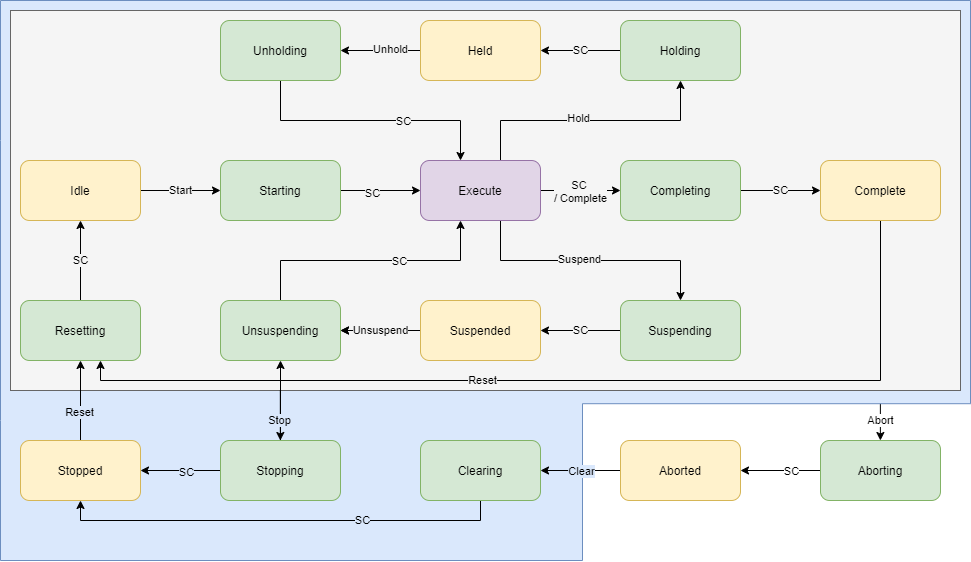
This is docs/PackML-StateModel.png from libremfg/PackML-MQTT-Simulator, a draw.io export, as it was before one commit. Source tidied: cells renumbered, new cells last; positions are measured from the earlier drawing's top-left corner, leaving out a move shared by most shapes.
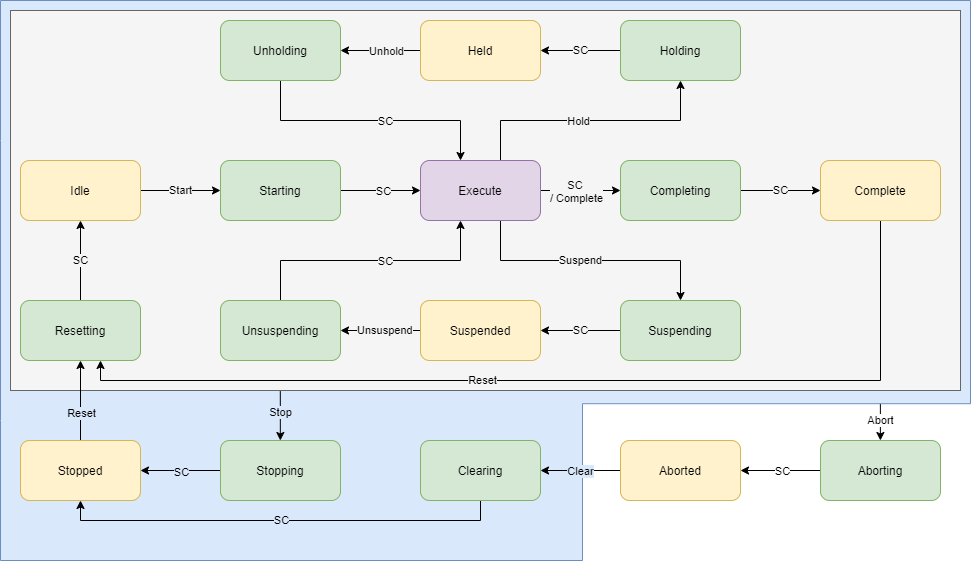
After the change.

Commit message:
Fix image of state model

Diff of the diagram source:
```diff
@@ -24,7 +24,9 @@
       <mxGeometry relative="1" as="geometry" />
     </mxCell>
     <mxCell id="8" value="SC" style="edgeLabel;html=1;align=center;verticalAlign=middle;" parent="7" vertex="1">
-      <mxGeometry x="-0.28" relative="1" as="geometry" />
+      <mxGeometry x="-0.28" relative="1" as="geometry">
+        <mxPoint x="-10" as="offset" />
+      </mxGeometry>
     </mxCell>
     <mxCell id="9" value="Aborting" style="rounded=1;whiteSpace=wrap;html=1;fillColor=#d5e8d4;strokeColor=#82b366;" parent="1" vertex="1">
       <mxGeometry x="820" y="440" width="120" height="60" as="geometry" />
@@ -49,7 +51,9 @@
       </mxGeometry>
     </mxCell>
     <mxCell id="14" value="SC" style="edgeLabel;html=1;align=center;verticalAlign=middle;labelBackgroundColor=#DAE8FC;" parent="13" vertex="1">
-      <mxGeometry x="-0.37" y="-1" relative="1" as="geometry" />
+      <mxGeometry x="-0.37" y="-1" relative="1" as="geometry">
+        <mxPoint x="-80.8" as="offset" />
+      </mxGeometry>
     </mxCell>
     <mxCell id="15" value="Clearing" style="rounded=1;whiteSpace=wrap;html=1;fillColor=#d5e8d4;strokeColor=#82b366;" parent="1" vertex="1">
       <mxGeometry x="420" y="440" width="120" height="60" as="geometry" />
@@ -58,11 +62,10 @@
       <mxGeometry relative="1" as="geometry" />
     </mxCell>
     <mxCell id="17" value="SC" style="edgeLabel;html=1;align=center;verticalAlign=middle;labelBackgroundColor=#DAE8FC;" parent="16" vertex="1">
-      <mxGeometry x="-0.14" y="1" relative="1" as="geometry" />
+      <mxGeometry x="-0.14" y="1" relative="1" as="geometry">
+        <mxPoint x="-6" as="offset" />
+      </mxGeometry>
     </mxCell>
-    <mxCell id="18" style="edgeStyle=orthogonalEdgeStyle;rounded=0;jettySize=auto;html=1;labelBackgroundColor=#DAE8FC;" parent="1" edge="1" source="19" target="50">
-      <mxGeometry relative="1" as="geometry" />
-    </mxCell>
     <mxCell id="19" value="Stopping" style="rounded=1;whiteSpace=wrap;html=1;fillColor=#d5e8d4;strokeColor=#82b366;" parent="1" vertex="1">
       <mxGeometry x="220" y="440" width="120" height="60" as="geometry" />
     </mxCell>
@@ -70,7 +73,9 @@
       <mxGeometry relative="1" as="geometry" />
     </mxCell>
     <mxCell id="21" value="Reset" style="edgeLabel;html=1;align=center;verticalAlign=middle;labelBackgroundColor=#DAE8FC;" parent="20" vertex="1">
-      <mxGeometry x="-0.31" y="2" relative="1" as="geometry" />
+      <mxGeometry x="-0.31" y="2" relative="1" as="geometry">
+        <mxPoint x="2" y="0.6" as="offset" />
+      </mxGeometry>
     </mxCell>
     <mxCell id="22" value="Stopped" style="rounded=1;whiteSpace=wrap;html=1;fillColor=#fff2cc;strokeColor=#d6b656;" parent="1" vertex="1">
       <mxGeometry x="20" y="440" width="120" height="60" as="geometry" />
@@ -85,7 +90,9 @@
       <mxGeometry relative="1" as="geometry" />
     </mxCell>
     <mxCell id="26" value="SC" style="edgeLabel;html=1;align=center;verticalAlign=middle;labelBackgroundColor=#F5F5F5;" parent="25" vertex="1">
-      <mxGeometry x="-0.2" y="-2" relative="1" as="geometry" />
+      <mxGeometry x="-0.2" y="-2" relative="1" as="geometry">
+        <mxPoint x="10" y="-2" as="offset" />
+      </mxGeometry>
     </mxCell>
     <mxCell id="27" value="Starting" style="rounded=1;whiteSpace=wrap;html=1;fillColor=#d5e8d4;strokeColor=#82b366;" parent="1" vertex="1">
       <mxGeometry x="220" y="160" width="120" height="60" as="geometry" />
@@ -95,7 +102,7 @@
     </mxCell>
     <mxCell id="29" value="SC &lt;br&gt;/ Complete" style="edgeLabel;html=1;align=center;verticalAlign=middle;labelBackgroundColor=#F5F5F5;" parent="28" vertex="1">
       <mxGeometry x="-0.29" relative="1" as="geometry">
-        <mxPoint x="11.4" as="offset" />
+        <mxPoint x="7.4" as="offset" />
       </mxGeometry>
     </mxCell>
     <mxCell id="30" style="edgeStyle=orthogonalEdgeStyle;rounded=0;jettySize=auto;html=1;" parent="1" edge="1" source="34" target="44">
@@ -107,7 +114,9 @@
       </mxGeometry>
     </mxCell>
     <mxCell id="31" value="Suspend" style="edgeLabel;html=1;align=center;verticalAlign=middle;labelBackgroundColor=#F5F5F5;" parent="30" vertex="1">
-      <mxGeometry x="-0.09" y="2" relative="1" as="geometry" />
+      <mxGeometry x="-0.09" y="2" relative="1" as="geometry">
+        <mxPoint y="1" as="offset" />
+      </mxGeometry>
     </mxCell>
     <mxCell id="32" style="edgeStyle=orthogonalEdgeStyle;rounded=0;jettySize=auto;html=1;" parent="1" edge="1" source="34" target="36">
       <mxGeometry relative="1" as="geometry">
@@ -118,7 +127,9 @@
       </mxGeometry>
     </mxCell>
     <mxCell id="33" value="Hold" style="edgeLabel;html=1;align=center;verticalAlign=middle;labelBackgroundColor=#F5F5F5;" parent="32" vertex="1">
-      <mxGeometry x="-0.1" y="3" relative="1" as="geometry" />
+      <mxGeometry x="-0.1" y="3" relative="1" as="geometry">
+        <mxPoint y="3" as="offset" />
+      </mxGeometry>
     </mxCell>
     <mxCell id="34" value="Execute" style="rounded=1;whiteSpace=wrap;html=1;fillColor=#e1d5e7;strokeColor=#9673a6;" parent="1" vertex="1">
       <mxGeometry x="420" y="160" width="120" height="60" as="geometry" />
@@ -133,7 +144,9 @@
       <mxGeometry relative="1" as="geometry" />
     </mxCell>
     <mxCell id="38" value="Unhold" style="edgeLabel;html=1;align=center;verticalAlign=middle;labelBackgroundColor=#F5F5F5;" parent="37" vertex="1">
-      <mxGeometry x="-0.24" y="-2" relative="1" as="geometry" />
+      <mxGeometry x="-0.24" y="-2" relative="1" as="geometry">
+        <mxPoint x="-5" y="2" as="offset" />
+      </mxGeometry>
     </mxCell>
     <mxCell id="39" value="Held" style="rounded=1;whiteSpace=wrap;html=1;fillColor=#fff2cc;strokeColor=#d6b656;" parent="1" vertex="1">
       <mxGeometry x="420" y="20" width="120" height="60" as="geometry" />
@@ -147,7 +160,9 @@
       </mxGeometry>
     </mxCell>
     <mxCell id="41" value="SC" style="edgeLabel;html=1;align=center;verticalAlign=middle;labelBackgroundColor=#F5F5F5;" parent="40" vertex="1">
-      <mxGeometry x="0.25" relative="1" as="geometry" />
+      <mxGeometry x="0.25" relative="1" as="geometry">
+        <mxPoint x="-18" as="offset" />
+      </mxGeometry>
     </mxCell>
     <mxCell id="42" value="Unholding" style="rounded=1;whiteSpace=wrap;html=1;fillColor=#d5e8d4;strokeColor=#82b366;" parent="1" vertex="1">
       <mxGeometry x="220" y="20" width="120" height="60" as="geometry" />
@@ -158,10 +173,7 @@
     <mxCell id="44" value="Suspending" style="rounded=1;whiteSpace=wrap;html=1;fillColor=#d5e8d4;strokeColor=#82b366;" parent="1" vertex="1">
       <mxGeometry x="620" y="300" width="120" height="60" as="geometry" />
     </mxCell>
-    <mxCell id="45" style="edgeStyle=orthogonalEdgeStyle;rounded=0;jettySize=auto;html=1;" parent="1" edge="1" source="47" target="50">
-      <mxGeometry relative="1" as="geometry" />
-    </mxCell>
-    <mxCell id="46" value="Unsuspend" style="edgeStyle=orthogonalEdgeStyle;rounded=0;jettySize=auto;html=1;labelBackgroundColor=#F5F5F5;" parent="1" edge="1" source="47" target="50">
+    <mxCell id="46" style="edgeStyle=orthogonalEdgeStyle;rounded=0;jettySize=auto;html=1;labelBackgroundColor=#F5F5F5;exitX=0;exitY=0.5;exitDx=0;exitDy=0;entryX=1;entryY=0.5;entryDx=0;entryDy=0;" parent="1" edge="1" source="47" target="50">
       <mxGeometry relative="1" as="geometry" />
     </mxCell>
     <mxCell id="47" value="Suspended" style="rounded=1;whiteSpace=wrap;html=1;fillColor=#fff2cc;strokeColor=#d6b656;" parent="1" vertex="1">
@@ -176,7 +188,9 @@
       </mxGeometry>
     </mxCell>
     <mxCell id="49" value="SC" style="edgeLabel;html=1;align=center;verticalAlign=middle;labelBackgroundColor=#F5F5F5;" parent="48" vertex="1">
-      <mxGeometry x="0.23" relative="1" as="geometry" />
+      <mxGeometry x="0.23" relative="1" as="geometry">
+        <mxPoint x="-15" as="offset" />
+      </mxGeometry>
     </mxCell>
     <mxCell id="50" value="Unsuspending" style="rounded=1;whiteSpace=wrap;html=1;fillColor=#d5e8d4;strokeColor=#82b366;" parent="1" vertex="1">
       <mxGeometry x="220" y="300" width="120" height="60" as="geometry" />
@@ -201,14 +215,18 @@
     <mxCell id="55" value="Complete" style="rounded=1;whiteSpace=wrap;html=1;fillColor=#fff2cc;strokeColor=#d6b656;" parent="1" vertex="1">
       <mxGeometry x="820" y="160" width="120" height="60" as="geometry" />
     </mxCell>
-    <mxCell id="56" style="endArrow=classic;html=1;" parent="1" edge="1">
+    <mxCell id="56" style="endArrow=classic;html=1;startArrow=none;startFill=0;endFill=1;exitX=0.284;exitY=1.002;exitDx=0;exitDy=0;exitPerimeter=0;" parent="1" edge="1" source="4">
       <mxGeometry relative="1" as="geometry">
-        <mxPoint x="279.8" y="390" as="sourcePoint" />
         <mxPoint x="279.8" y="440" as="targetPoint" />
       </mxGeometry>
     </mxCell>
     <mxCell id="57" value="Stop" style="edgeLabel;html=1;align=center;verticalAlign=middle;labelBackgroundColor=#DAE8FC;" parent="56" vertex="1">
-      <mxGeometry x="0.19" y="-1" relative="1" as="geometry" />
+      <mxGeometry x="0.19" y="-1" relative="1" as="geometry">
+        <mxPoint x="1.2" y="-8.6" as="offset" />
+      </mxGeometry>
     </mxCell>
+    <mxCell id="58" value="&lt;!--StartFragment--&gt;&lt;span style=&quot;font-family: Helvetica; font-size: 11px; font-style: normal; font-variant-ligatures: normal; font-variant-caps: normal; font-weight: 400; letter-spacing: normal; orphans: 2; text-align: center; text-indent: 0px; text-transform: none; widows: 2; word-spacing: 0px; -webkit-text-stroke-width: 0px; background-color: rgb(245, 245, 245); text-decoration-style: initial; text-decoration-color: initial; float: none; display: inline !important;&quot;&gt;Unsuspend&lt;/span&gt;&lt;!--EndFragment--&gt;" style="text;whiteSpace=wrap;html=1;spacing=0;" parent="1" vertex="1">
+      <mxGeometry x="357" y="318" width="80" height="24" as="geometry" />
+    </mxCell>
   </root>
 </mxGraphModel>
```
